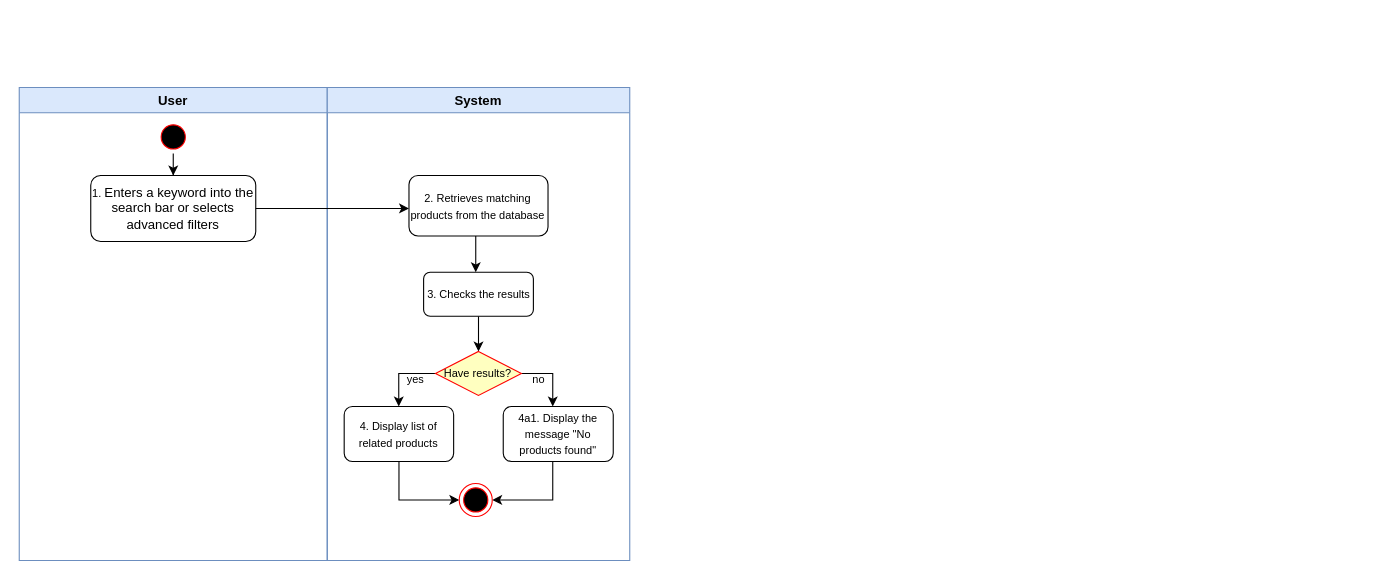
This is docs/activity diagram/UC02-SearchProduct.drawio from hiusnguyen201/BE_ClothingShop, a draw.io file, before an edit. Source tidied: cells renumbered, new cells numbered last; positions are measured from the earlier drawing's top-left corner, leaving out a move shared by most shapes. Both pictures are drawn from the tidied source at 110%, with x=0, y=0 at pixel (19, 87).
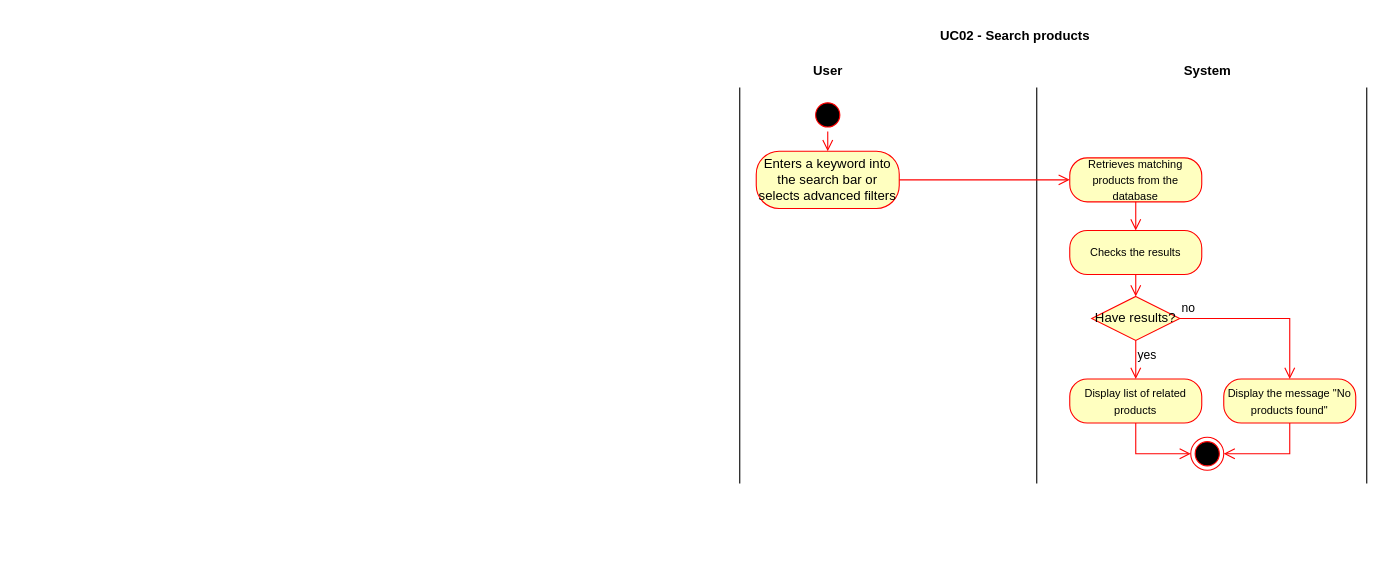
Above is the later version.

Change to the diagram source:
```diff
@@
+    <mxCell id="22" style="endArrow=none;html=1;rounded=0;" parent="1" edge="1">
+      <mxGeometry relative="1" as="geometry">
+        <mxPoint x="655" y="360" as="sourcePoint" />
+        <mxPoint x="655" as="targetPoint" />
+      </mxGeometry>
+    </mxCell>
-    <mxCell id="2" value="User" style="swimlane;whiteSpace=wrap;labelBackgroundColor=none;fillColor=#dae8fc;strokeColor=#6c8ebf;" parent="1" vertex="1">
-      <mxGeometry width="280" height="430" as="geometry" />
+    <mxCell id="2" value="&lt;b&gt;User&lt;/b&gt;" style="text;html=1;align=center;verticalAlign=middle;strokeColor=none;fillColor=none;" parent="1" vertex="1">
+      <mxGeometry x="710" y="-30" width="50" height="30" as="geometry" />
     </mxCell>
-    <mxCell id="3" style="edgeStyle=orthogonalEdgeStyle;rounded=0;jettySize=auto;html=1;" parent="2" edge="1" source="4" target="5">
-      <mxGeometry relative="1" as="geometry" />
-    </mxCell>
-    <mxCell id="4" style="ellipse;shape=startState;fillColor=#000000;strokeColor=#ff0000;" parent="2" vertex="1">
-      <mxGeometry x="125" y="30" width="30" height="30" as="geometry" />
-    </mxCell>
-    <mxCell id="5" value="&lt;span style=&quot;font-size: 10px;&quot;&gt;1.&amp;nbsp;&lt;/span&gt;Enters a keyword into the search bar or selects advanced filters" style="rounded=1;whiteSpace=wrap;html=1;verticalAlign=middle;" parent="2" vertex="1">
-      <mxGeometry x="65" y="80" width="150" height="60" as="geometry" />
-    </mxCell>
-    <mxCell id="6" value="System" style="swimlane;whiteSpace=wrap;fillColor=#dae8fc;strokeColor=#6c8ebf;" parent="1" vertex="1">
-      <mxGeometry x="280" width="275" height="430" as="geometry" />
+    <mxCell id="6" value="System" style="text;html=1;align=center;verticalAlign=middle;strokeColor=none;fillColor=none;fontStyle=1;" parent="1" vertex="1">
+      <mxGeometry x="1050" y="-30" width="60" height="30" as="geometry" />
     </mxCell>
-    <mxCell id="7" value="&lt;font style=&quot;font-size: 10px;&quot;&gt;&lt;font style=&quot;font-size: 10px;&quot;&gt;2. Retrieves matching products from the database&lt;/font&gt;&lt;/font&gt;" style="rounded=1;whiteSpace=wrap;html=1;verticalAlign=middle;" parent="6" vertex="1">
-      <mxGeometry x="74.3" y="80" width="126.4" height="55" as="geometry" />
-    </mxCell>
-    <mxCell id="8" style="edgeStyle=orthogonalEdgeStyle;rounded=0;jettySize=auto;html=1;" parent="6" edge="1" source="9" target="13">
-      <mxGeometry relative="1" as="geometry">
-        <Array as="points">
-          <mxPoint x="138" y="220" />
-          <mxPoint x="138" y="220" />
-        </Array>
-      </mxGeometry>
-    </mxCell>
-    <mxCell id="9" value="&lt;font style=&quot;font-size: 10px;&quot;&gt;3. Checks the results&lt;/font&gt;" style="rounded=1;whiteSpace=wrap;html=1;verticalAlign=middle;" parent="6" vertex="1">
-      <mxGeometry x="87.6" y="168" width="99.8" height="40" as="geometry" />
-    </mxCell>
-    <mxCell id="10" style="edgeStyle=orthogonalEdgeStyle;rounded=0;jettySize=auto;html=1;" parent="6" edge="1" source="7" target="9">
-      <mxGeometry relative="1" as="geometry">
-        <Array as="points">
-          <mxPoint x="135" y="150" />
-          <mxPoint x="135" y="150" />
-        </Array>
-      </mxGeometry>
-    </mxCell>
-    <mxCell id="11" style="edgeStyle=orthogonalEdgeStyle;rounded=0;jettySize=auto;html=1;" parent="6" edge="1" source="13" target="15">
-      <mxGeometry relative="1" as="geometry">
-        <Array as="points">
-          <mxPoint x="65" y="260" />
-        </Array>
-      </mxGeometry>
-    </mxCell>
-    <mxCell id="12" style="edgeStyle=orthogonalEdgeStyle;rounded=0;jettySize=auto;html=1;" parent="6" edge="1" source="13" target="17">
-      <mxGeometry relative="1" as="geometry">
-        <Array as="points">
-          <mxPoint x="205" y="260" />
-        </Array>
-      </mxGeometry>
-    </mxCell>
+    <mxCell id="23" style="endArrow=none;html=1;rounded=0;" parent="1" edge="1">
+      <mxGeometry relative="1" as="geometry">
+        <mxPoint x="925" y="360" as="sourcePoint" />
+        <mxPoint x="925" as="targetPoint" />
+      </mxGeometry>
+    </mxCell>
+    <mxCell id="24" style="endArrow=none;html=1;rounded=0;" parent="1" edge="1">
+      <mxGeometry relative="1" as="geometry">
+        <mxPoint x="1225" y="360" as="sourcePoint" />
+        <mxPoint x="1225" as="targetPoint" />
+      </mxGeometry>
+    </mxCell>
+    <mxCell id="25" style="ellipse;html=1;shape=startState;fillColor=#000000;strokeColor=#ff0000;" parent="1" vertex="1">
+      <mxGeometry x="720" y="10" width="30" height="30" as="geometry" />
+    </mxCell>
+    <mxCell id="26" style="edgeStyle=orthogonalEdgeStyle;html=1;verticalAlign=bottom;endArrow=open;endSize=8;strokeColor=#ff0000;rounded=0;" parent="1" edge="1" source="25" target="27">
+      <mxGeometry relative="1" as="geometry" />
+    </mxCell>
+    <mxCell id="27" value="Enters a keyword into the search bar or selects advanced filters" style="rounded=1;whiteSpace=wrap;html=1;arcSize=40;fontColor=#000000;fillColor=#ffffc0;strokeColor=#ff0000;" parent="1" vertex="1">
+      <mxGeometry x="670" y="58" width="130" height="52" as="geometry" />
+    </mxCell>
+    <mxCell id="28" style="edgeStyle=orthogonalEdgeStyle;html=1;verticalAlign=bottom;endArrow=open;endSize=8;strokeColor=#ff0000;rounded=0;" parent="1" edge="1" source="27" target="29">
+      <mxGeometry relative="1" as="geometry" />
+    </mxCell>
+    <mxCell id="29" value="&lt;span style=&quot;font-size: 10px;&quot;&gt;Retrieves matching products from the database&lt;/span&gt;" style="rounded=1;whiteSpace=wrap;html=1;arcSize=40;fontColor=#000000;fillColor=#ffffc0;strokeColor=#ff0000;" parent="1" vertex="1">
+      <mxGeometry x="955" y="64" width="120" height="40" as="geometry" />
+    </mxCell>
+    <mxCell id="30" style="edgeStyle=orthogonalEdgeStyle;html=1;verticalAlign=bottom;endArrow=open;endSize=8;strokeColor=#ff0000;rounded=0;" parent="1" edge="1" source="29" target="31">
+      <mxGeometry relative="1" as="geometry" />
+    </mxCell>
+    <mxCell id="31" value="&lt;span style=&quot;font-size: 10px;&quot;&gt;Checks the results&lt;/span&gt;" style="rounded=1;whiteSpace=wrap;html=1;arcSize=40;fontColor=#000000;fillColor=#ffffc0;strokeColor=#ff0000;" parent="1" vertex="1">
+      <mxGeometry x="955" y="130" width="120" height="40" as="geometry" />
+    </mxCell>
+    <mxCell id="32" style="edgeStyle=orthogonalEdgeStyle;html=1;verticalAlign=bottom;endArrow=open;endSize=8;strokeColor=#ff0000;rounded=0;entryX=0.5;entryY=0;entryDx=0;entryDy=0;" parent="1" edge="1" source="31" target="13">
+      <mxGeometry relative="1" as="geometry" />
+    </mxCell>
-    <mxCell id="13" value="Have results?" style="rhombus;fillColor=#ffffc0;strokeColor=#ff0000;whiteSpace=wrap;fontSize=10;" parent="6" vertex="1">
-      <mxGeometry x="98.4" y="240" width="78.1" height="40" as="geometry" />
+    <mxCell id="13" value="Have results?" style="rhombus;whiteSpace=wrap;html=1;fontColor=#000000;fillColor=#ffffc0;strokeColor=#ff0000;" parent="1" vertex="1">
+      <mxGeometry x="975" y="190" width="80" height="40" as="geometry" />
     </mxCell>
-    <mxCell id="14" style="edgeStyle=orthogonalEdgeStyle;rounded=0;jettySize=auto;html=1;" parent="6" edge="1" source="15" target="18">
-      <mxGeometry relative="1" as="geometry">
-        <Array as="points">
-          <mxPoint x="65" y="375" />
-        </Array>
-      </mxGeometry>
-    </mxCell>
-    <mxCell id="15" value="&lt;font style=&quot;font-size: 10px;&quot;&gt;&lt;font style=&quot;font-size: 10px;&quot;&gt;4.&amp;nbsp;&lt;/font&gt;Display list of related products&lt;/font&gt;" style="rounded=1;whiteSpace=wrap;html=1;verticalAlign=middle;" parent="6" vertex="1">
-      <mxGeometry x="15.4" y="290" width="99.5" height="50" as="geometry" />
-    </mxCell>
-    <mxCell id="16" style="edgeStyle=orthogonalEdgeStyle;rounded=0;jettySize=auto;html=1;" parent="6" edge="1" source="17" target="18">
-      <mxGeometry relative="1" as="geometry">
-        <Array as="points">
-          <mxPoint x="205" y="375" />
-        </Array>
-      </mxGeometry>
-    </mxCell>
-    <mxCell id="17" value="&lt;font style=&quot;font-size: 10px;&quot;&gt;4a1. Display the message &quot;No products found&quot;&lt;/font&gt;" style="rounded=1;whiteSpace=wrap;html=1;verticalAlign=middle;" parent="6" vertex="1">
-      <mxGeometry x="160" y="290" width="100" height="50" as="geometry" />
-    </mxCell>
-    <mxCell id="18" style="ellipse;html=1;shape=endState;fillColor=#000000;strokeColor=#ff0000;fontSize=10;" parent="6" vertex="1">
-      <mxGeometry x="120" y="360" width="30" height="30" as="geometry" />
-    </mxCell>
+    <mxCell id="20" value="no" style="edgeStyle=orthogonalEdgeStyle;html=1;align=left;verticalAlign=bottom;endArrow=open;endSize=8;strokeColor=#ff0000;rounded=0;" parent="1" edge="1" source="13" target="35">
+      <mxGeometry x="-1" relative="1" as="geometry" />
+    </mxCell>
-    <mxCell id="19" value="&lt;font size=&quot;1&quot;&gt;yes&lt;/font&gt;" style="text;html=1;align=center;verticalAlign=middle;strokeColor=none;fillColor=none;" parent="6" vertex="1">
-      <mxGeometry x="60" y="250" width="40" height="30" as="geometry" />
+    <mxCell id="19" value="yes" style="edgeStyle=orthogonalEdgeStyle;html=1;align=left;verticalAlign=top;endArrow=open;endSize=8;strokeColor=#ff0000;rounded=0;" parent="1" edge="1" source="13" target="33">
+      <mxGeometry x="-1" relative="1" as="geometry" />
     </mxCell>
-    <mxCell id="20" value="&lt;font size=&quot;1&quot;&gt;no&lt;/font&gt;" style="text;html=1;align=center;verticalAlign=middle;strokeColor=none;fillColor=none;" parent="6" vertex="1">
-      <mxGeometry x="176.6" y="250" width="30" height="30" as="geometry" />
-    </mxCell>
-    <mxCell id="21" style="edgeStyle=orthogonalEdgeStyle;rounded=0;jettySize=auto;html=1;" parent="1" edge="1" source="5" target="7">
-      <mxGeometry relative="1" as="geometry">
-        <Array as="points">
-          <mxPoint x="265" y="110" />
-          <mxPoint x="265" y="110" />
-        </Array>
-      </mxGeometry>
-    </mxCell>
+    <mxCell id="33" value="&lt;span style=&quot;font-size: 10px;&quot;&gt;Display list of related products&lt;/span&gt;" style="rounded=1;whiteSpace=wrap;html=1;arcSize=40;fontColor=#000000;fillColor=#ffffc0;strokeColor=#ff0000;" parent="1" vertex="1">
+      <mxGeometry x="955" y="265" width="120" height="40" as="geometry" />
+    </mxCell>
+    <mxCell id="34" style="edgeStyle=orthogonalEdgeStyle;html=1;verticalAlign=bottom;endArrow=open;endSize=8;strokeColor=#ff0000;rounded=0;" parent="1" edge="1" source="33" target="37">
+      <mxGeometry relative="1" as="geometry">
+        <Array as="points">
+          <mxPoint x="1015" y="333" />
+        </Array>
+      </mxGeometry>
+    </mxCell>
+    <mxCell id="35" value="&lt;span style=&quot;font-size: 10px;&quot;&gt;Display the message &quot;No products found&quot;&lt;/span&gt;" style="rounded=1;whiteSpace=wrap;html=1;arcSize=40;fontColor=#000000;fillColor=#ffffc0;strokeColor=#ff0000;" parent="1" vertex="1">
+      <mxGeometry x="1095" y="265" width="120" height="40" as="geometry" />
+    </mxCell>
+    <mxCell id="36" style="edgeStyle=orthogonalEdgeStyle;html=1;verticalAlign=bottom;endArrow=open;endSize=8;strokeColor=#ff0000;rounded=0;" parent="1" edge="1" source="35" target="37">
+      <mxGeometry relative="1" as="geometry">
+        <Array as="points">
+          <mxPoint x="1155" y="333" />
+        </Array>
+      </mxGeometry>
+    </mxCell>
+    <mxCell id="37" style="ellipse;html=1;shape=endState;fillColor=#000000;strokeColor=#ff0000;" parent="1" vertex="1">
+      <mxGeometry x="1065" y="318" width="30" height="30" as="geometry" />
+    </mxCell>
+    <mxCell id="38" value="&lt;b&gt;UC02 - Search products&lt;/b&gt;" style="text;html=1;align=center;verticalAlign=middle;strokeColor=none;fillColor=none;" parent="1" vertex="1">
+      <mxGeometry x="825" y="-62" width="160" height="30" as="geometry" />
+    </mxCell>
```
